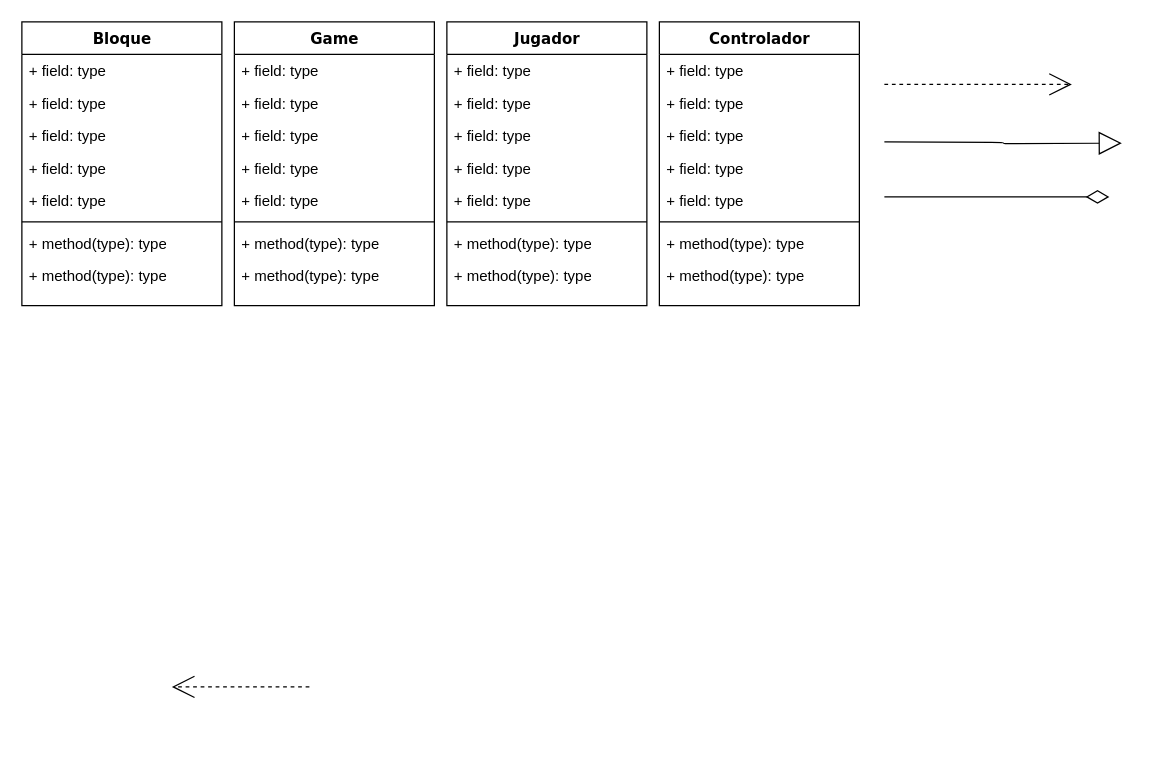
Above: DiagramaDeClases.drawio in BerlyCS/Proyecto-Final-CC2 (draw.io), before the change. Source tidied: cells renumbered, new cells numbered last; positions are measured from the earlier drawing's top-left corner, leaving out a move shared by most shapes. Both pictures are drawn from the tidied source at 125%, with x=0, y=0 at pixel (21, 21).
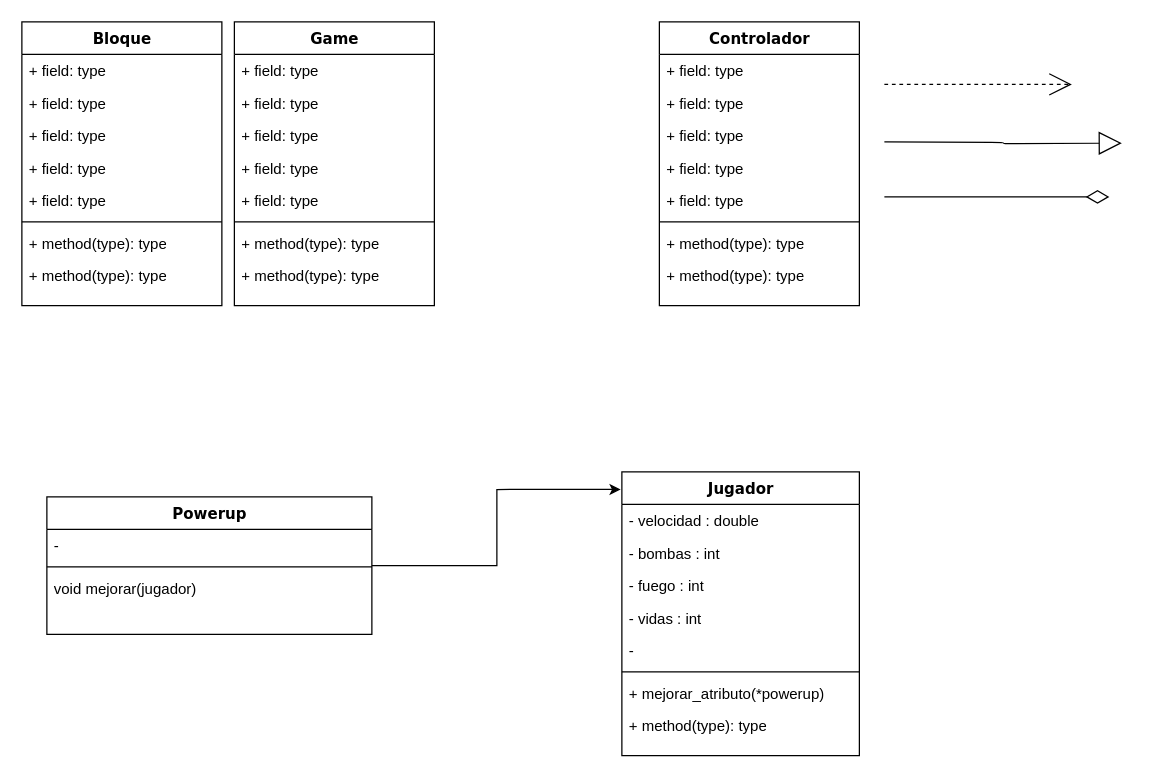
After the change.

Commit message:
Cambios: Mejoras diagraa de clases

Change to the diagram source:
```diff
@@
-    <mxCell id="12" style="edgeStyle=elbowEdgeStyle;html=1;labelBackgroundColor=none;startFill=0;startSize=8;endArrow=open;endFill=0;endSize=16;fontFamily=Verdana;fontSize=12;elbow=vertical;dashed=1;" parent="1" edge="1">
-      <mxGeometry relative="1" as="geometry">
-        <mxPoint x="230" y="532" as="sourcePoint" />
-        <mxPoint x="120" y="532" as="targetPoint" />
-      </mxGeometry>
-    </mxCell>
@@
     <mxCell id="33" value="Jugador" style="swimlane;html=1;fontStyle=1;align=center;verticalAlign=top;horizontal=1;startSize=26;swimlaneFillColor=#ffffff;rounded=0;shadow=0;comic=0;labelBackgroundColor=none;strokeWidth=1;fillColor=none;fontFamily=Verdana;fontSize=12;" parent="1" vertex="1">
-      <mxGeometry x="340" width="160" height="227" as="geometry" />
+      <mxGeometry x="480" y="360" width="190" height="227" as="geometry" />
     </mxCell>
-    <mxCell id="34" value="+ field: type" style="text;html=1;strokeColor=none;fillColor=none;align=left;verticalAlign=top;spacingLeft=4;spacingRight=4;whiteSpace=wrap;overflow=hidden;" parent="33" vertex="1">
-      <mxGeometry y="26" width="160" height="26" as="geometry" />
+    <mxCell id="34" value="- velocidad : double" style="text;html=1;strokeColor=none;fillColor=none;align=left;verticalAlign=top;spacingLeft=4;spacingRight=4;whiteSpace=wrap;overflow=hidden;" parent="33" vertex="1">
+      <mxGeometry y="26" width="190" height="26" as="geometry" />
     </mxCell>
-    <mxCell id="35" value="+ field: type" style="text;html=1;strokeColor=none;fillColor=none;align=left;verticalAlign=top;spacingLeft=4;spacingRight=4;whiteSpace=wrap;overflow=hidden;" parent="33" vertex="1">
-      <mxGeometry y="52" width="160" height="26" as="geometry" />
+    <mxCell id="35" value="- bombas : int" style="text;html=1;strokeColor=none;fillColor=none;align=left;verticalAlign=top;spacingLeft=4;spacingRight=4;whiteSpace=wrap;overflow=hidden;" parent="33" vertex="1">
+      <mxGeometry y="52" width="190" height="26" as="geometry" />
     </mxCell>
-    <mxCell id="36" value="+ field: type" style="text;html=1;strokeColor=none;fillColor=none;align=left;verticalAlign=top;spacingLeft=4;spacingRight=4;whiteSpace=wrap;overflow=hidden;" parent="33" vertex="1">
-      <mxGeometry y="78" width="160" height="26" as="geometry" />
+    <mxCell id="36" value="- fuego : int" style="text;html=1;strokeColor=none;fillColor=none;align=left;verticalAlign=top;spacingLeft=4;spacingRight=4;whiteSpace=wrap;overflow=hidden;" parent="33" vertex="1">
+      <mxGeometry y="78" width="190" height="26" as="geometry" />
     </mxCell>
-    <mxCell id="37" value="+ field: type" style="text;html=1;strokeColor=none;fillColor=none;align=left;verticalAlign=top;spacingLeft=4;spacingRight=4;whiteSpace=wrap;overflow=hidden;" parent="33" vertex="1">
-      <mxGeometry y="104" width="160" height="26" as="geometry" />
+    <mxCell id="37" value="- vidas : int" style="text;html=1;strokeColor=none;fillColor=none;align=left;verticalAlign=top;spacingLeft=4;spacingRight=4;whiteSpace=wrap;overflow=hidden;" parent="33" vertex="1">
+      <mxGeometry y="104" width="190" height="26" as="geometry" />
     </mxCell>
-    <mxCell id="38" value="+ field: type" style="text;html=1;strokeColor=none;fillColor=none;align=left;verticalAlign=top;spacingLeft=4;spacingRight=4;whiteSpace=wrap;overflow=hidden;" parent="33" vertex="1">
-      <mxGeometry y="130" width="160" height="26" as="geometry" />
+    <mxCell id="38" value="-&amp;nbsp;" style="text;html=1;strokeColor=none;fillColor=none;align=left;verticalAlign=top;spacingLeft=4;spacingRight=4;whiteSpace=wrap;overflow=hidden;" parent="33" vertex="1">
+      <mxGeometry y="130" width="190" height="26" as="geometry" />
     </mxCell>
     <mxCell id="39" style="line;html=1;strokeWidth=1;fillColor=none;align=left;verticalAlign=middle;spacingTop=-1;spacingLeft=3;spacingRight=3;labelPosition=right;" parent="33" vertex="1">
-      <mxGeometry y="156" width="160" height="8" as="geometry" />
+      <mxGeometry y="156" width="190" height="8" as="geometry" />
     </mxCell>
-    <mxCell id="40" value="+ method(type): type" style="text;html=1;strokeColor=none;fillColor=none;align=left;verticalAlign=top;spacingLeft=4;spacingRight=4;whiteSpace=wrap;overflow=hidden;" parent="33" vertex="1">
-      <mxGeometry y="164" width="160" height="26" as="geometry" />
+    <mxCell id="40" value="+ mejorar_atributo(*powerup)" style="text;html=1;strokeColor=none;fillColor=none;align=left;verticalAlign=top;spacingLeft=4;spacingRight=4;whiteSpace=wrap;overflow=hidden;" parent="33" vertex="1">
+      <mxGeometry y="164" width="190" height="26" as="geometry" />
     </mxCell>
     <mxCell id="41" value="+ method(type): type" style="text;html=1;strokeColor=none;fillColor=none;align=left;verticalAlign=top;spacingLeft=4;spacingRight=4;whiteSpace=wrap;overflow=hidden;" parent="33" vertex="1">
-      <mxGeometry y="190" width="160" height="26" as="geometry" />
+      <mxGeometry y="190" width="190" height="26" as="geometry" />
     </mxCell>
+    <mxCell id="42" value="Powerup" style="swimlane;html=1;fontStyle=1;align=center;verticalAlign=top;horizontal=1;startSize=26;swimlaneFillColor=#ffffff;rounded=0;shadow=0;comic=0;labelBackgroundColor=none;strokeWidth=1;fillColor=none;fontFamily=Verdana;fontSize=12;" parent="1" vertex="1">
+      <mxGeometry x="20" y="380" width="260" height="110" as="geometry" />
+    </mxCell>
+    <mxCell id="43" value="-&amp;nbsp;" style="text;html=1;strokeColor=none;fillColor=none;align=left;verticalAlign=top;spacingLeft=4;spacingRight=4;whiteSpace=wrap;overflow=hidden;" parent="42" vertex="1">
+      <mxGeometry y="26" width="260" height="26" as="geometry" />
+    </mxCell>
+    <mxCell id="44" style="line;html=1;strokeWidth=1;fillColor=none;align=left;verticalAlign=middle;spacingTop=-1;spacingLeft=3;spacingRight=3;labelPosition=right;" parent="42" vertex="1">
+      <mxGeometry y="52" width="260" height="8" as="geometry" />
+    </mxCell>
+    <mxCell id="45" value="void mejorar(jugador)" style="text;html=1;strokeColor=none;fillColor=none;align=left;verticalAlign=top;spacingLeft=4;spacingRight=4;whiteSpace=wrap;overflow=hidden;" parent="42" vertex="1">
+      <mxGeometry y="60" width="260" height="26" as="geometry" />
+    </mxCell>
+    <mxCell id="46" style="edgeStyle=orthogonalEdgeStyle;rounded=0;jettySize=auto;html=1;entryX=-0.005;entryY=0.062;entryDx=0;entryDy=0;entryPerimeter=0;" parent="1" edge="1" source="42" target="33">
+      <mxGeometry relative="1" as="geometry" />
+    </mxCell>
```
